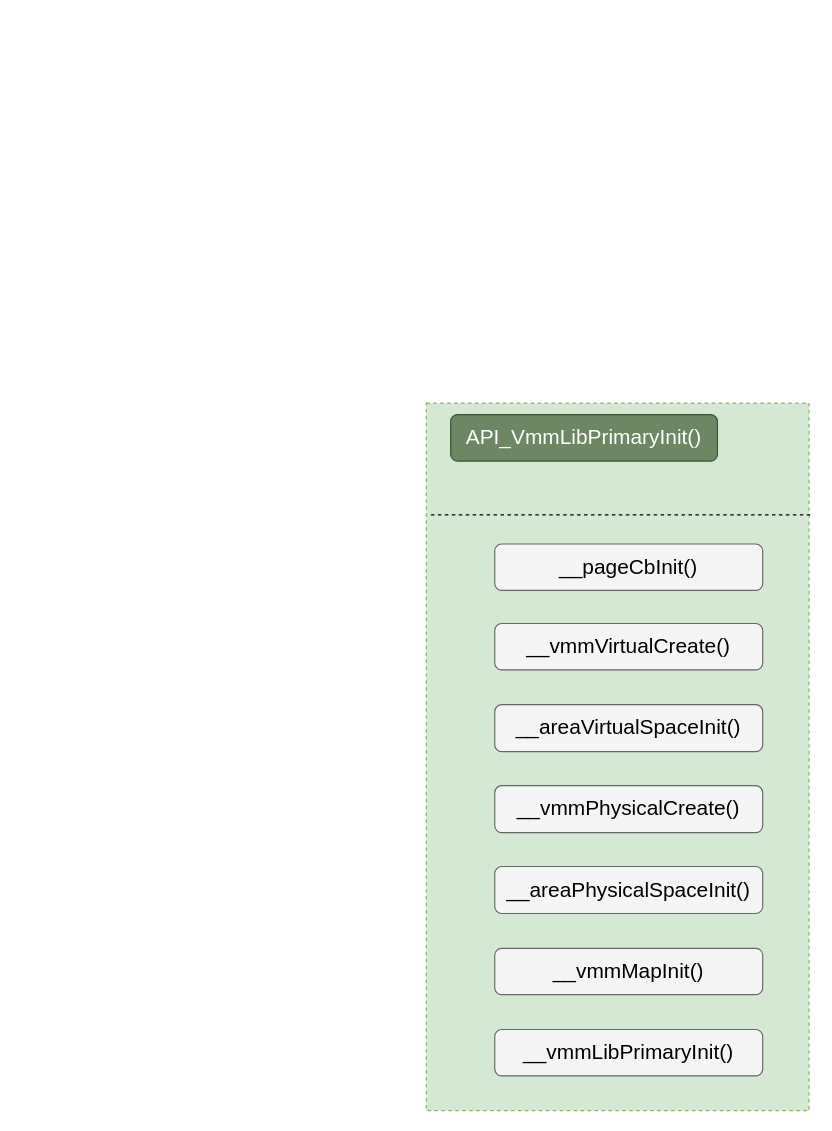
Above: page "API_VmmLibPrimaryInit" (12 of 24) of draw/mips中断亲和度.drawio in peng-fan/drawio (draw.io), before the change. Source tidied: cells renumbered, new cells numbered last; positions are measured from the earlier drawing's top-left corner, leaving out a move shared by most shapes. Both pictures are drawn from the tidied source at 116%, with x=0, y=0 at pixel (426, 403).
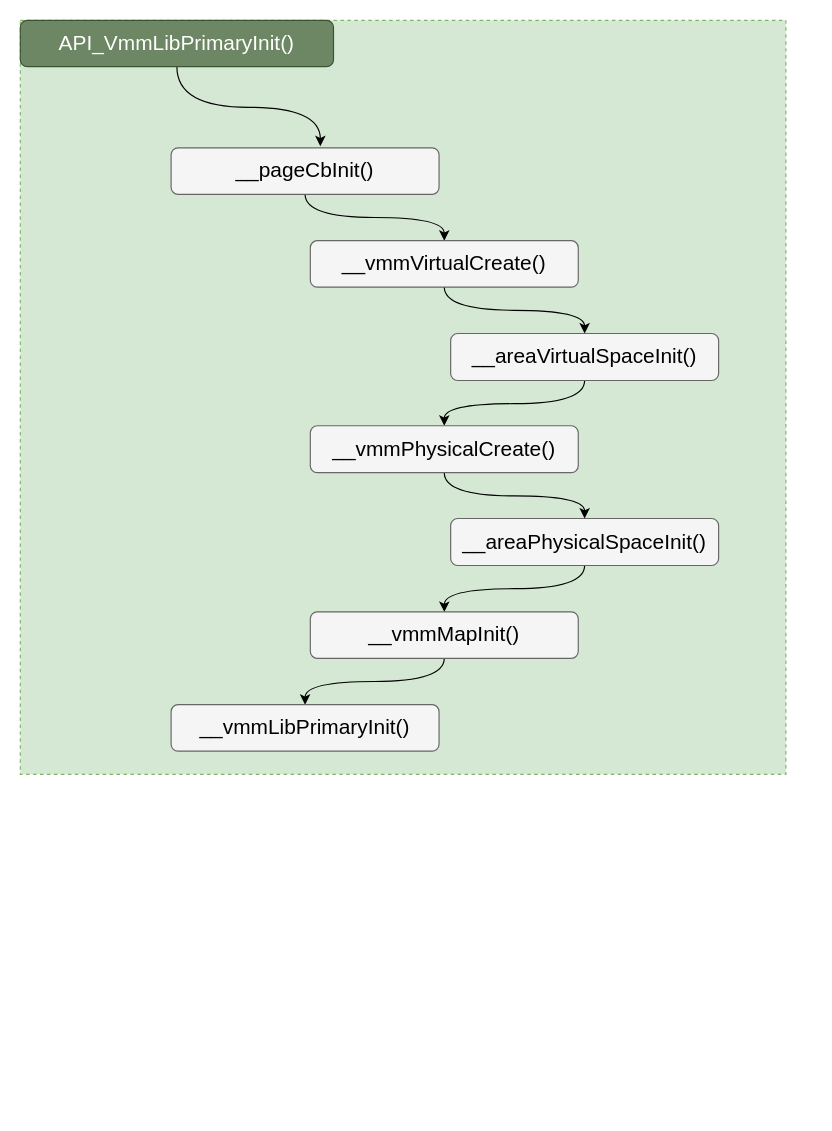
The same page after the edit.

Commit message:
Update mips中断亲和度.drawio

Diff of the diagram source:
```diff
@@
 <mxGraphModel>
   <root>
     <mxCell id="0" />
     <mxCell id="1" parent="0" />
     <mxCell id="2" style="rounded=0;whiteSpace=wrap;html=1;fontSize=18;align=center;shadow=0;fillColor=#d5e8d4;dashed=1;strokeColor=#82b366;" parent="1" vertex="1">
-      <mxGeometry width="330" height="610" as="geometry" />
+      <mxGeometry x="-350" y="-330" width="660" height="650" as="geometry" />
     </mxCell>
+    <mxCell id="12" style="edgeStyle=orthogonalEdgeStyle;jettySize=auto;html=1;entryX=0.557;entryY=-0.037;entryDx=0;entryDy=0;entryPerimeter=0;curved=1;" parent="1" edge="1" source="3" target="4">
+      <mxGeometry relative="1" as="geometry" />
+    </mxCell>
     <mxCell id="3" value="API_VmmLibPrimaryInit()" style="whiteSpace=wrap;html=1;rounded=1;fontSize=18;fillColor=#6d8764;strokeColor=#3A5431;fontColor=#ffffff;" parent="1" vertex="1">
-      <mxGeometry x="21" y="10" width="230" height="40" as="geometry" />
+      <mxGeometry x="-350" y="-330" width="270" height="40" as="geometry" />
     </mxCell>
+    <mxCell id="13" style="edgeStyle=orthogonalEdgeStyle;curved=1;jettySize=auto;html=1;" parent="1" edge="1" source="4" target="5">
+      <mxGeometry relative="1" as="geometry" />
+    </mxCell>
     <mxCell id="4" value="&lt;div style=&quot;text-align: left&quot;&gt;&lt;font color=&quot;#000000&quot;&gt;&lt;span style=&quot;font-size: 18px&quot;&gt;__pageCbInit()&lt;/span&gt;&lt;/font&gt;&lt;br&gt;&lt;/div&gt;" style="rounded=1;whiteSpace=wrap;html=1;labelBackgroundColor=none;strokeColor=#666666;fillColor=#f5f5f5;fontSize=11;fontColor=#333333;align=center;" parent="1" vertex="1">
-      <mxGeometry x="59" y="121.5" width="231" height="40" as="geometry" />
+      <mxGeometry x="-220" y="-220" width="231" height="40" as="geometry" />
     </mxCell>
+    <mxCell id="14" style="edgeStyle=orthogonalEdgeStyle;curved=1;jettySize=auto;html=1;" parent="1" edge="1" source="5" target="6">
+      <mxGeometry relative="1" as="geometry" />
+    </mxCell>
     <mxCell id="5" value="&lt;div style=&quot;text-align: left&quot;&gt;&lt;span style=&quot;font-size: 18px&quot;&gt;&lt;font color=&quot;#000000&quot;&gt;__vmmVirtualCreate&lt;/font&gt;&lt;/span&gt;&lt;span style=&quot;font-size: 18px ; color: rgb(0 , 0 , 0)&quot;&gt;()&lt;/span&gt;&lt;/div&gt;" style="rounded=1;whiteSpace=wrap;html=1;labelBackgroundColor=none;strokeColor=#666666;fillColor=#f5f5f5;fontSize=11;fontColor=#333333;align=center;" parent="1" vertex="1">
-      <mxGeometry x="59" y="190" width="231" height="40" as="geometry" />
+      <mxGeometry x="-100" y="-140" width="231" height="40" as="geometry" />
     </mxCell>
+    <mxCell id="15" style="edgeStyle=orthogonalEdgeStyle;curved=1;jettySize=auto;html=1;" parent="1" edge="1" source="6" target="10">
+      <mxGeometry relative="1" as="geometry" />
+    </mxCell>
     <mxCell id="6" value="&lt;div style=&quot;text-align: left&quot;&gt;&lt;font color=&quot;#000000&quot;&gt;&lt;span style=&quot;font-size: 18px&quot;&gt;__areaVirtualSpaceInit()&lt;/span&gt;&lt;/font&gt;&lt;br&gt;&lt;/div&gt;" style="rounded=1;whiteSpace=wrap;html=1;labelBackgroundColor=none;strokeColor=#666666;fillColor=#f5f5f5;fontSize=11;fontColor=#333333;align=center;" parent="1" vertex="1">
-      <mxGeometry x="59" y="260" width="231" height="40.5" as="geometry" />
+      <mxGeometry x="21" y="-60" width="231" height="40.5" as="geometry" />
     </mxCell>
+    <mxCell id="16" style="edgeStyle=orthogonalEdgeStyle;curved=1;jettySize=auto;html=1;entryX=0.5;entryY=0;entryDx=0;entryDy=0;" parent="1" edge="1" source="7" target="8">
+      <mxGeometry relative="1" as="geometry" />
+    </mxCell>
     <mxCell id="7" value="&lt;div style=&quot;text-align: left&quot;&gt;&lt;font color=&quot;#000000&quot;&gt;&lt;span style=&quot;font-size: 18px&quot;&gt;__areaPhysicalSpaceInit()&lt;/span&gt;&lt;/font&gt;&lt;br&gt;&lt;/div&gt;" style="rounded=1;whiteSpace=wrap;html=1;labelBackgroundColor=none;strokeColor=#666666;fillColor=#f5f5f5;fontSize=11;fontColor=#333333;align=center;" parent="1" vertex="1">
-      <mxGeometry x="59" y="399.5" width="231" height="40.5" as="geometry" />
+      <mxGeometry x="21" y="99.5" width="231" height="40.5" as="geometry" />
     </mxCell>
+    <mxCell id="17" style="edgeStyle=orthogonalEdgeStyle;curved=1;jettySize=auto;html=1;" parent="1" edge="1" source="8" target="11">
+      <mxGeometry relative="1" as="geometry" />
+    </mxCell>
     <mxCell id="8" value="&lt;div style=&quot;text-align: left&quot;&gt;&lt;font color=&quot;#000000&quot;&gt;&lt;span style=&quot;font-size: 18px&quot;&gt;__vmmMapInit()&lt;/span&gt;&lt;/font&gt;&lt;br&gt;&lt;/div&gt;" style="rounded=1;whiteSpace=wrap;html=1;labelBackgroundColor=none;strokeColor=#666666;fillColor=#f5f5f5;fontSize=11;fontColor=#333333;align=center;" parent="1" vertex="1">
-      <mxGeometry x="59" y="470" width="231" height="40" as="geometry" />
+      <mxGeometry x="-100" y="180" width="231" height="40" as="geometry" />
     </mxCell>
-    <mxCell id="9" style="endArrow=none;html=1;fontSize=18;entryX=0;entryY=0.25;entryDx=0;entryDy=0;exitX=1;exitY=0.25;exitDx=0;exitDy=0;dashed=1;" parent="1" edge="1">
-      <mxGeometry relative="1" as="geometry">
-        <mxPoint x="331" y="96.3" as="sourcePoint" />
-        <mxPoint x="1" y="96.3" as="targetPoint" />
-      </mxGeometry>
-    </mxCell>
+    <mxCell id="18" style="edgeStyle=orthogonalEdgeStyle;curved=1;jettySize=auto;html=1;entryX=0.5;entryY=0;entryDx=0;entryDy=0;" parent="1" edge="1" source="10" target="7">
+      <mxGeometry relative="1" as="geometry" />
+    </mxCell>
     <mxCell id="10" value="&lt;div style=&quot;text-align: left&quot;&gt;&lt;font color=&quot;#000000&quot;&gt;&lt;span style=&quot;font-size: 18px&quot;&gt;__vmmPhysicalCreate()&lt;/span&gt;&lt;/font&gt;&lt;br&gt;&lt;/div&gt;" style="rounded=1;whiteSpace=wrap;html=1;labelBackgroundColor=none;strokeColor=#666666;fillColor=#f5f5f5;fontSize=11;fontColor=#333333;align=center;" parent="1" vertex="1">
-      <mxGeometry x="59" y="329.8" width="231" height="40.5" as="geometry" />
+      <mxGeometry x="-100" y="19.5" width="231" height="40.5" as="geometry" />
     </mxCell>
     <mxCell id="11" value="&lt;div style=&quot;text-align: left&quot;&gt;&lt;span style=&quot;font-size: 18px&quot;&gt;&lt;font color=&quot;#000000&quot;&gt;__vmmLibPrimaryInit&lt;/font&gt;&lt;/span&gt;&lt;span style=&quot;font-size: 18px ; color: rgb(0 , 0 , 0)&quot;&gt;()&lt;/span&gt;&lt;/div&gt;" style="rounded=1;whiteSpace=wrap;html=1;labelBackgroundColor=none;strokeColor=#666666;fillColor=#f5f5f5;fontSize=11;fontColor=#333333;align=center;" parent="1" vertex="1">
-      <mxGeometry x="59" y="540" width="231" height="40" as="geometry" />
+      <mxGeometry x="-220" y="260" width="231" height="40" as="geometry" />
     </mxCell>
   </root>
 </mxGraphModel>
```
